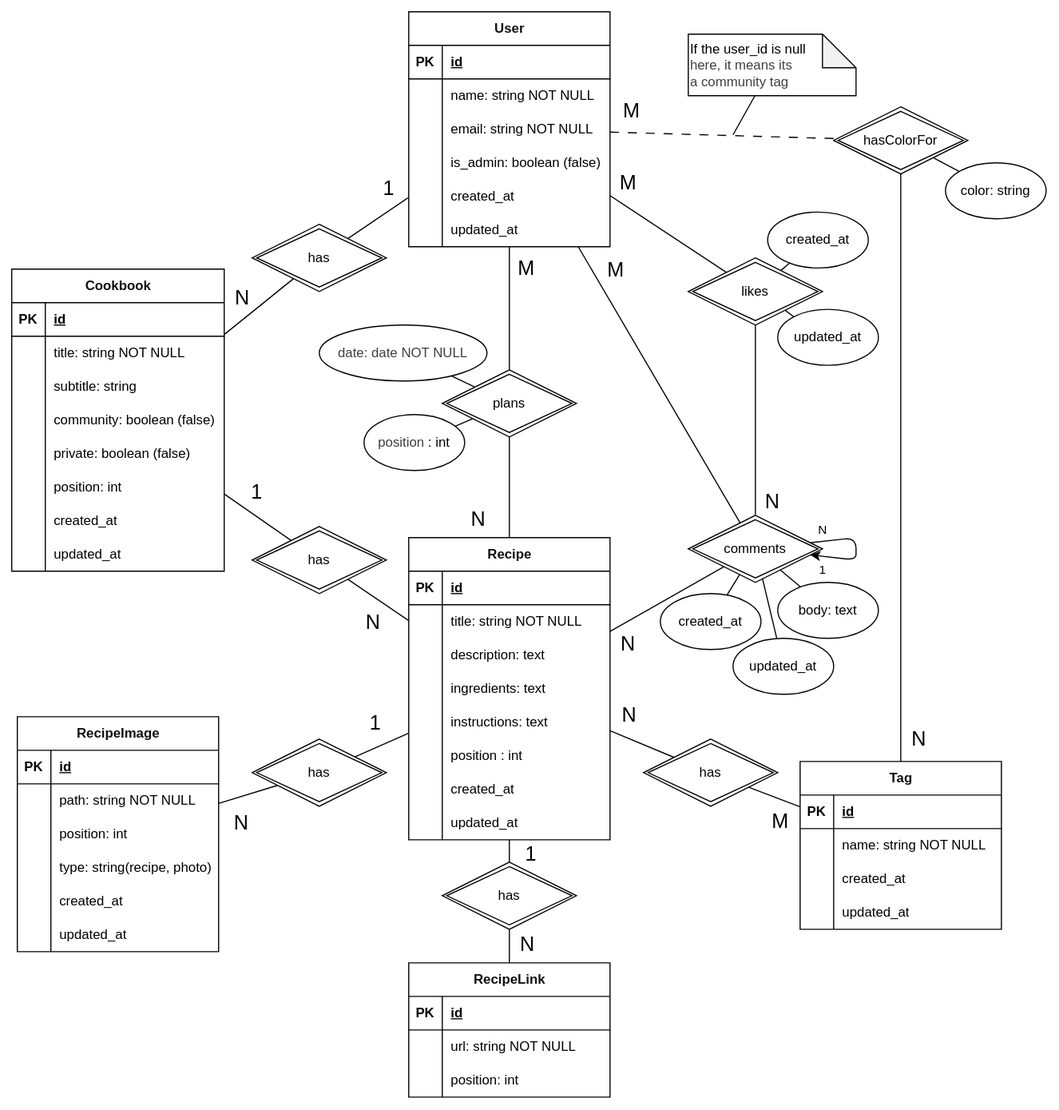
This is docs/diagrams/db-schema.drawio.svg from lchristmann/recipe-manager, a draw.io export, as it was before one commit. Source tidied: cells renumbered, new cells last; positions are measured from the earlier drawing's top-left corner, leaving out a move shared by most shapes.
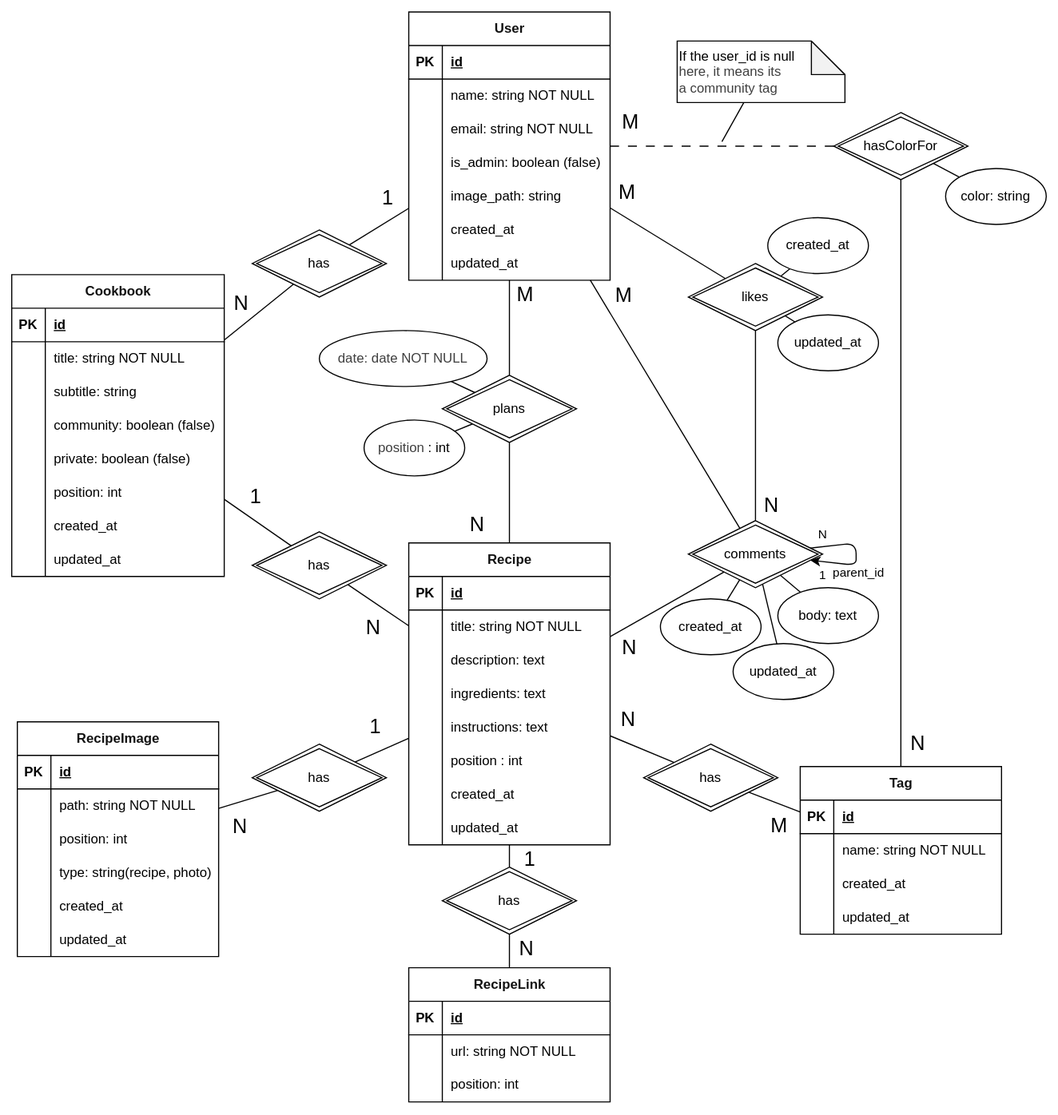
Above is the later version.

The edit, as a diff of the source:
```diff
@@ -3,7 +3,7 @@
     <mxCell id="0" />
     <mxCell id="1" parent="0" />
     <mxCell id="2" value="&lt;span style=&quot;background-color: light-dark(#ffffff, var(--ge-dark-color, #121212));&quot;&gt;&lt;font style=&quot;color: rgb(18, 18, 18);&quot;&gt;User&lt;/font&gt;&lt;/span&gt;" style="shape=table;startSize=30;rowLines=0;fontStyle=1;align=center;html=1;strokeColor=default;fillColor=#FFFFFF;labelBackgroundColor=default;" parent="1" vertex="1">
-      <mxGeometry x="355" width="180" height="210" as="geometry" />
+      <mxGeometry x="355" y="-5" width="180" height="240" as="geometry" />
     </mxCell>
     <mxCell id="3" style="shape=tableRow;horizontal=0;startSize=0;swimlaneHead=0;swimlaneBody=0;fillColor=none;top=0;left=0;right=0;bottom=1;" parent="2" vertex="1">
       <mxGeometry y="30" width="180" height="30" as="geometry" />
@@ -41,8 +41,17 @@
     <mxCell id="14" value="is_admin: boolean (false)" style="shape=partialRectangle;fillColor=none;top=0;left=0;bottom=0;right=0;align=left;spacingLeft=6;overflow=hidden;whiteSpace=wrap;html=1;" parent="12" vertex="1">
       <mxGeometry x="30" width="150" height="30" as="geometry" />
     </mxCell>
+    <mxCell id="179" style="shape=tableRow;horizontal=0;startSize=0;swimlaneHead=0;swimlaneBody=0;fillColor=none;top=0;left=0;right=0;bottom=0;" parent="2" vertex="1">
+      <mxGeometry y="150" width="180" height="30" as="geometry" />
+    </mxCell>
+    <mxCell id="180" style="shape=partialRectangle;fillColor=none;top=0;left=0;bottom=0;right=0;overflow=hidden;whiteSpace=wrap;html=1;" parent="179" vertex="1">
+      <mxGeometry width="30" height="30" as="geometry" />
+    </mxCell>
+    <mxCell id="181" value="image_path: string" style="shape=partialRectangle;fillColor=none;top=0;left=0;bottom=0;right=0;align=left;spacingLeft=6;overflow=hidden;whiteSpace=wrap;html=1;" parent="179" vertex="1">
+      <mxGeometry x="30" width="150" height="30" as="geometry" />
+    </mxCell>
     <mxCell id="15" style="shape=tableRow;horizontal=0;startSize=0;swimlaneHead=0;swimlaneBody=0;fillColor=none;top=0;left=0;right=0;bottom=0;" parent="2" vertex="1">
-      <mxGeometry y="150" width="180" height="30" as="geometry" />
+      <mxGeometry y="180" width="180" height="30" as="geometry" />
     </mxCell>
     <mxCell id="16" style="shape=partialRectangle;fillColor=none;top=0;left=0;bottom=0;right=0;overflow=hidden;whiteSpace=wrap;html=1;" parent="15" vertex="1">
       <mxGeometry width="30" height="30" as="geometry" />
@@ -51,7 +60,7 @@
       <mxGeometry x="30" width="150" height="30" as="geometry" />
     </mxCell>
     <mxCell id="18" style="shape=tableRow;horizontal=0;startSize=0;swimlaneHead=0;swimlaneBody=0;fillColor=none;top=0;left=0;right=0;bottom=0;" parent="2" vertex="1">
-      <mxGeometry y="180" width="180" height="30" as="geometry" />
+      <mxGeometry y="210" width="180" height="30" as="geometry" />
     </mxCell>
     <mxCell id="19" style="shape=partialRectangle;fillColor=none;top=0;left=0;bottom=0;right=0;overflow=hidden;whiteSpace=wrap;html=1;" parent="18" vertex="1">
       <mxGeometry width="30" height="30" as="geometry" />
@@ -488,11 +497,11 @@
     </mxCell>
     <mxCell id="154" style="edgeStyle=none;html=1;endArrow=none;endFill=0;" parent="1" edge="1" source="155">
       <mxGeometry relative="1" as="geometry">
-        <mxPoint x="645" y="110" as="targetPoint" />
+        <mxPoint x="635" y="111" as="targetPoint" />
       </mxGeometry>
     </mxCell>
     <mxCell id="155" value="&amp;nbsp;If the user_id is null&lt;div&gt;&lt;div style=&quot;&quot;&gt;&lt;span style=&quot;color: rgb(63, 63, 63); background-color: transparent;&quot;&gt;&amp;nbsp;here, it means its&lt;/span&gt;&lt;/div&gt;&lt;div style=&quot;&quot;&gt;&lt;span style=&quot;color: rgb(63, 63, 63); background-color: transparent;&quot;&gt;&amp;nbsp;a community tag&lt;/span&gt;&lt;/div&gt;&lt;/div&gt;" style="shape=note;whiteSpace=wrap;html=1;backgroundOutline=1;darkOpacity=0.05;align=left;" parent="1" vertex="1">
-      <mxGeometry x="605" y="20" width="150" height="55" as="geometry" />
+      <mxGeometry x="595" y="21" width="150" height="55" as="geometry" />
     </mxCell>
     <mxCell id="156" style="edgeStyle=none;html=1;endArrow=none;endFill=0;" parent="1" edge="1" source="2" target="162">
       <mxGeometry relative="1" as="geometry" />
@@ -525,7 +534,7 @@
     <mxCell id="164" value="body: text" style="ellipse;whiteSpace=wrap;html=1;fillStyle=solid;fillColor=#FFFFFF;" parent="1" vertex="1">
       <mxGeometry x="685" y="510" width="90" height="50" as="geometry" />
     </mxCell>
-    <mxCell id="165" style="edgeStyle=none;html=1;" parent="1" edge="1" source="162" target="162">
+    <mxCell id="165" style="edgeStyle=none;html=1;elbow=horizontal;" parent="1" edge="1" source="162" target="162">
       <mxGeometry relative="1" as="geometry">
         <Array as="points">
           <mxPoint x="755" y="480" />
@@ -542,6 +551,11 @@
         <mxPoint x="-5" y="-11" as="offset" />
       </mxGeometry>
     </mxCell>
+    <mxCell id="182" value="parent_id" style="edgeLabel;html=1;align=center;verticalAlign=middle;" parent="165" vertex="1">
+      <mxGeometry x="-0.08" y="-2" relative="1" as="geometry">
+        <mxPoint x="4" y="21" as="offset" />
+      </mxGeometry>
+    </mxCell>
     <mxCell id="168" value="created_at" style="ellipse;whiteSpace=wrap;html=1;fillStyle=solid;fillColor=#FFFFFF;" parent="1" vertex="1">
       <mxGeometry x="580" y="520" width="90" height="50" as="geometry" />
     </mxCell>
```
